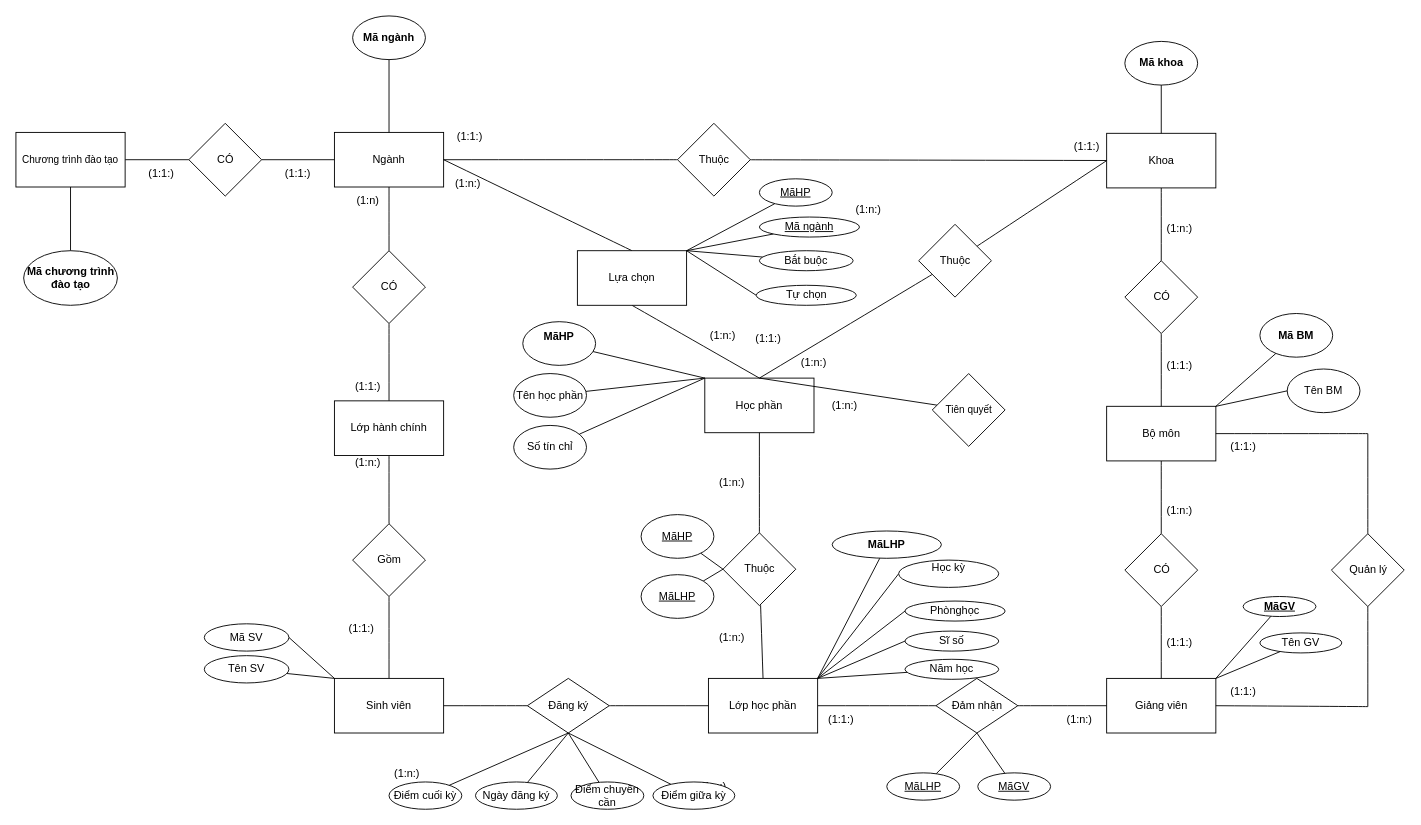
Earlier version of the draw.io diagram Diagram.drawio (daphne02/ASPNET-Ecommerce-WebApp). Source tidied: cells renumbered, new cells numbered last; positions are measured from the earlier drawing's top-left corner, leaving out a move shared by most shapes. Both pictures are drawn from the tidied source at 91%, with x=0, y=0 at pixel (15, 15).
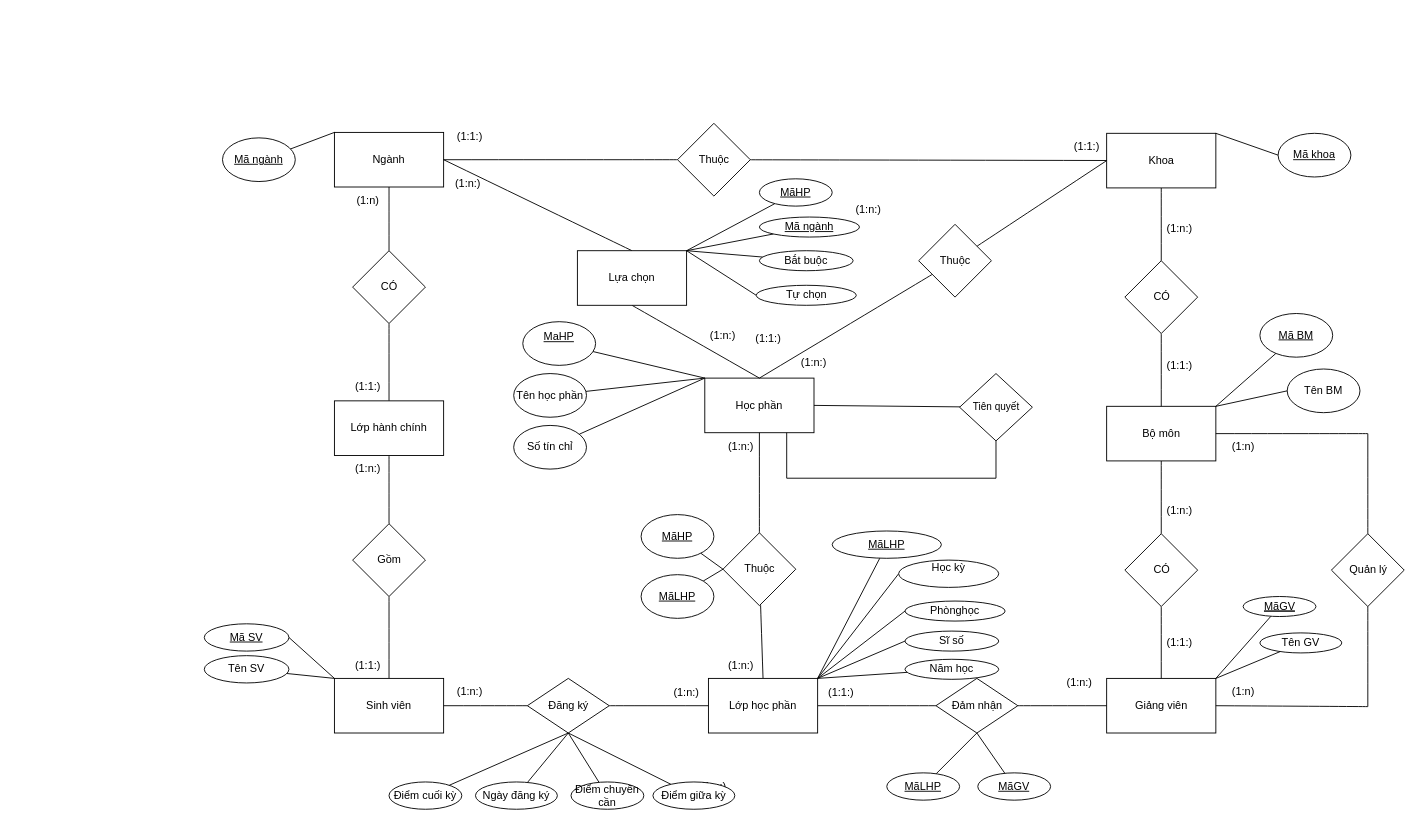
The same page after the edit.

The change refers to these unchanged cells:
```xml
<mxCell id="5" value="Khoa" style="whiteSpace=wrap;html=1;" parent="1" vertex="1">
  <mxGeometry x="1198.6" y="129" width="120" height="60" as="geometry" />
</mxCell>
<mxCell id="15" value="Ngành" style="whiteSpace=wrap;html=1;fontFamily=Helvetica;fontSize=12;fontColor=default;labelBackgroundColor=default;" parent="1" vertex="1">
  <mxGeometry x="350" y="128" width="120" height="60" as="geometry" />
</mxCell>
<mxCell id="19" value="Học phần" style="whiteSpace=wrap;html=1;fontFamily=Helvetica;fontSize=12;fontColor=default;labelBackgroundColor=default;" parent="1" vertex="1">
  <mxGeometry x="757" y="398" width="120" height="60" as="geometry" />
</mxCell>
```

Change to the diagram source:
```diff
@@
-    <mxCell id="47" value="(1:1:)" style="text;html=1;whiteSpace=wrap;strokeColor=none;fillColor=none;align=center;verticalAlign=middle;rounded=0;" parent="1" vertex="1">
+    <mxCell id="47" value="(1:n)" style="text;html=1;whiteSpace=wrap;strokeColor=none;fillColor=none;align=center;verticalAlign=middle;rounded=0;" parent="1" vertex="1">
       <mxGeometry x="1318.6" y="459" width="60" height="30" as="geometry" />
     </mxCell>
-    <mxCell id="48" value="(1:1:)" style="text;html=1;whiteSpace=wrap;strokeColor=none;fillColor=none;align=center;verticalAlign=middle;rounded=0;" parent="1" vertex="1">
+    <mxCell id="48" value="(1:n)" style="text;html=1;whiteSpace=wrap;strokeColor=none;fillColor=none;align=center;verticalAlign=middle;rounded=0;" parent="1" vertex="1">
       <mxGeometry x="1318.6" y="728" width="60" height="30" as="geometry" />
     </mxCell>
@@
     <mxCell id="50" value="(1:n:)" style="text;html=1;whiteSpace=wrap;strokeColor=none;fillColor=none;align=center;verticalAlign=middle;rounded=0;" parent="1" vertex="1">
-      <mxGeometry x="357" y="476" width="60" height="30" as="geometry" />
+      <mxGeometry x="357" y="483" width="60" height="30" as="geometry" />
     </mxCell>
@@
     <mxCell id="52" value="(1:1:)" style="text;html=1;whiteSpace=wrap;strokeColor=none;fillColor=none;align=center;verticalAlign=middle;rounded=0;" parent="1" vertex="1">
-      <mxGeometry x="350" y="658" width="60" height="30" as="geometry" />
+      <mxGeometry x="357" y="699" width="60" height="30" as="geometry" />
     </mxCell>
@@
-    <mxCell id="54" value="&lt;b&gt;MãHP&lt;/b&gt;&lt;div&gt;&lt;br&gt;&lt;/div&gt;" style="ellipse;whiteSpace=wrap;html=1;shapeInside=1;" parent="1" vertex="1">
+    <mxCell id="54" value="&lt;u style=&quot;&quot;&gt;MaHP&lt;/u&gt;&lt;div&gt;&lt;br&gt;&lt;/div&gt;" style="ellipse;whiteSpace=wrap;html=1;shapeInside=1;" parent="1" vertex="1">
       <mxGeometry x="557" y="336" width="80" height="48" as="geometry" />
     </mxCell>
@@
-    <mxCell id="65" style="edgeStyle=none;shape=connector;rounded=0;jettySize=auto;html=1;strokeColor=default;align=center;verticalAlign=middle;fontFamily=Helvetica;fontSize=11;fontColor=default;labelBackgroundColor=default;endArrow=none;" parent="1" edge="1" source="66" target="68">
-      <mxGeometry relative="1" as="geometry" />
-    </mxCell>
-    <mxCell id="66" value="Chương trình đào tạo" style="rounded=0;whiteSpace=wrap;html=1;fontFamily=Helvetica;fontSize=11;fontColor=default;labelBackgroundColor=default;" parent="1" vertex="1">
-      <mxGeometry y="128" width="120" height="60" as="geometry" />
-    </mxCell>
-    <mxCell id="67" style="edgeStyle=none;shape=connector;rounded=0;jettySize=auto;html=1;strokeColor=default;align=center;verticalAlign=middle;fontFamily=Helvetica;fontSize=11;fontColor=default;labelBackgroundColor=default;endArrow=none;" parent="1" edge="1" source="68" target="15">
-      <mxGeometry relative="1" as="geometry" />
-    </mxCell>
-    <mxCell id="68" value="CÓ" style="rhombus;html=1;shapeInside=1;fontFamily=Helvetica;fontSize=12;fontColor=default;labelBackgroundColor=default;" parent="1" vertex="1">
-      <mxGeometry x="190" y="118" width="80" height="80" as="geometry" />
-    </mxCell>
-    <mxCell id="69" value="(1:1:)" style="text;html=1;whiteSpace=wrap;strokeColor=none;fillColor=none;align=center;verticalAlign=middle;rounded=0;" parent="1" vertex="1">
-      <mxGeometry x="130" y="158" width="60" height="30" as="geometry" />
-    </mxCell>
-    <mxCell id="70" value="(1:1:)" style="text;html=1;whiteSpace=wrap;strokeColor=none;fillColor=none;align=center;verticalAlign=middle;rounded=0;" parent="1" vertex="1">
-      <mxGeometry x="280" y="158" width="60" height="30" as="geometry" />
-    </mxCell>
     <mxCell id="71" value="(1:n:)" style="text;html=1;whiteSpace=wrap;strokeColor=none;fillColor=none;align=center;verticalAlign=middle;rounded=0;" parent="1" vertex="1">
-      <mxGeometry x="400" y="818" width="60" height="30" as="geometry" />
+      <mxGeometry x="469" y="728" width="60" height="30" as="geometry" />
     </mxCell>
@@
-    <mxCell id="73" style="edgeStyle=none;shape=connector;rounded=0;jettySize=auto;html=1;entryX=0.5;entryY=0;entryDx=0;entryDy=0;strokeColor=default;align=center;verticalAlign=middle;fontFamily=Helvetica;fontSize=11;fontColor=default;labelBackgroundColor=default;endArrow=none;" parent="1" edge="1" source="74" target="19">
+    <mxCell id="73" style="edgeStyle=none;shape=connector;rounded=0;jettySize=auto;html=1;entryX=1;entryY=0.5;entryDx=0;entryDy=0;strokeColor=default;align=center;verticalAlign=middle;fontFamily=Helvetica;fontSize=11;fontColor=default;labelBackgroundColor=default;endArrow=none;" parent="1" edge="1" source="74" target="19">
       <mxGeometry relative="1" as="geometry" />
     </mxCell>
     <mxCell id="74" value="Tiên quyết" style="rhombus;html=1;shapeInside=1;fontFamily=Helvetica;fontSize=11;fontColor=default;labelBackgroundColor=default;" parent="1" vertex="1">
-      <mxGeometry x="1007" y="393" width="80" height="80" as="geometry" />
+      <mxGeometry x="1037" y="393" width="80" height="74" as="geometry" />
     </mxCell>
@@
-    <mxCell id="76" value="(1:n:)" style="text;html=1;whiteSpace=wrap;strokeColor=none;fillColor=none;align=center;verticalAlign=middle;rounded=0;" parent="1" vertex="1">
-      <mxGeometry x="881" y="413" width="60" height="30" as="geometry" />
-    </mxCell>
     <mxCell id="77" value="(1:n:)" style="text;html=1;whiteSpace=wrap;strokeColor=none;fillColor=none;align=center;verticalAlign=middle;rounded=0;" parent="1" vertex="1">
-      <mxGeometry x="757" y="498" width="60" height="30" as="geometry" />
+      <mxGeometry x="767" y="459" width="60" height="30" as="geometry" />
     </mxCell>
     <mxCell id="78" value="(1:n:)" style="text;html=1;whiteSpace=wrap;strokeColor=none;fillColor=none;align=center;verticalAlign=middle;rounded=0;" parent="1" vertex="1">
-      <mxGeometry x="757" y="668" width="60" height="30" as="geometry" />
+      <mxGeometry x="767" y="699" width="60" height="30" as="geometry" />
     </mxCell>
     <mxCell id="79" value="(1:n:)" style="text;html=1;whiteSpace=wrap;strokeColor=none;fillColor=none;align=center;verticalAlign=middle;rounded=0;" parent="1" vertex="1">
-      <mxGeometry x="1138.6" y="758" width="60" height="30" as="geometry" />
+      <mxGeometry x="1138.6" y="718" width="60" height="30" as="geometry" />
     </mxCell>
     <mxCell id="80" value="(1:1:)" style="text;html=1;whiteSpace=wrap;strokeColor=none;fillColor=none;align=center;verticalAlign=middle;rounded=0;" parent="1" vertex="1">
-      <mxGeometry x="877" y="758" width="60" height="30" as="geometry" />
+      <mxGeometry x="877" y="729" width="60" height="30" as="geometry" />
     </mxCell>
@@
-    <mxCell id="82" value="MãLHP" style="ellipse;whiteSpace=wrap;html=1;shapeInside=1;fontStyle=1;" parent="1" vertex="1">
+    <mxCell id="82" value="&lt;span style=&quot;font-weight: normal;&quot;&gt;&lt;u&gt;MãLHP&lt;/u&gt;&lt;/span&gt;" style="ellipse;whiteSpace=wrap;html=1;shapeInside=1;fontStyle=1;" parent="1" vertex="1">
       <mxGeometry x="897" y="566" width="120" height="30" as="geometry" />
     </mxCell>
@@
-    <mxCell id="98" value="MãGV" style="ellipse;whiteSpace=wrap;html=1;shapeInside=1;fontStyle=5;" parent="1" vertex="1">
+    <mxCell id="98" value="&lt;span style=&quot;font-weight: normal;&quot;&gt;&lt;u&gt;MãGV&lt;/u&gt;&lt;/span&gt;" style="ellipse;whiteSpace=wrap;html=1;shapeInside=1;fontStyle=5;" parent="1" vertex="1">
       <mxGeometry x="1348.6" y="638" width="80" height="22" as="geometry" />
     </mxCell>
@@
-    <mxCell id="106" value="Mã SV" style="ellipse;whiteSpace=wrap;html=1;shapeInside=1;fontStyle=0;" parent="1" vertex="1">
+    <mxCell id="106" value="&lt;u&gt;Mã SV&lt;/u&gt;" style="ellipse;whiteSpace=wrap;html=1;shapeInside=1;fontStyle=0;" parent="1" vertex="1">
       <mxGeometry x="207" y="668" width="93" height="30" as="geometry" />
     </mxCell>
@@
-    <mxCell id="111" style="edgeStyle=none;shape=connector;rounded=0;jettySize=auto;html=1;entryX=0.5;entryY=0;entryDx=0;entryDy=0;strokeColor=default;align=center;verticalAlign=middle;fontFamily=Helvetica;fontSize=11;fontColor=default;labelBackgroundColor=default;endArrow=none;exitX=0.5;exitY=1;exitDx=0;exitDy=0;" parent="1" edge="1" source="112" target="15">
-      <mxGeometry relative="1" as="geometry" />
+    <mxCell id="111" style="edgeStyle=none;shape=connector;rounded=0;jettySize=auto;html=1;entryX=0;entryY=0;entryDx=0;entryDy=0;strokeColor=default;align=center;verticalAlign=middle;fontFamily=Helvetica;fontSize=11;fontColor=default;labelBackgroundColor=default;endArrow=none;exitX=0.5;exitY=1;exitDx=0;exitDy=0;" parent="1" edge="1" source="112" target="15">
+      <mxGeometry relative="1" as="geometry">
+        <Array as="points">
+          <mxPoint x="297" y="148" />
+        </Array>
+      </mxGeometry>
     </mxCell>
-    <mxCell id="112" value="Mã ngành" style="ellipse;whiteSpace=wrap;html=1;shapeInside=1;fontStyle=1;" parent="1" vertex="1">
-      <mxGeometry x="370" width="80" height="48" as="geometry" />
+    <mxCell id="112" value="&lt;span style=&quot;font-weight: normal;&quot;&gt;&lt;u&gt;Mã ngành&lt;/u&gt;&lt;/span&gt;" style="ellipse;whiteSpace=wrap;html=1;shapeInside=1;fontStyle=1;" parent="1" vertex="1">
+      <mxGeometry x="227" y="134" width="80" height="48" as="geometry" />
     </mxCell>
@@
-    <mxCell id="117" style="edgeStyle=none;shape=connector;rounded=0;jettySize=auto;html=1;entryX=0.5;entryY=1;entryDx=0;entryDy=0;strokeColor=default;align=center;verticalAlign=middle;fontFamily=Helvetica;fontSize=11;fontColor=default;labelBackgroundColor=default;endArrow=none;" parent="1" edge="1" source="118" target="66">
-      <mxGeometry relative="1" as="geometry" />
-    </mxCell>
-    <mxCell id="118" value="Mã chương trình đào tạo" style="ellipse;whiteSpace=wrap;html=1;shapeInside=1;fontStyle=1;" parent="1" vertex="1">
-      <mxGeometry x="8.5" y="258" width="103" height="60" as="geometry" />
-    </mxCell>
-    <mxCell id="119" style="edgeStyle=none;shape=connector;rounded=0;jettySize=auto;html=1;entryX=0.5;entryY=0;entryDx=0;entryDy=0;strokeColor=default;align=center;verticalAlign=middle;fontFamily=Helvetica;fontSize=11;fontColor=default;labelBackgroundColor=default;endArrow=none;exitX=0.5;exitY=1;exitDx=0;exitDy=0;" parent="1" edge="1" source="120" target="5">
+    <mxCell id="119" style="edgeStyle=none;shape=connector;rounded=0;jettySize=auto;html=1;entryX=1;entryY=0;entryDx=0;entryDy=0;strokeColor=default;align=center;verticalAlign=middle;fontFamily=Helvetica;fontSize=11;fontColor=default;labelBackgroundColor=default;endArrow=none;exitX=0;exitY=0.5;exitDx=0;exitDy=0;" parent="1" edge="1" source="120" target="5">
       <mxGeometry relative="1" as="geometry" />
     </mxCell>
-    <mxCell id="120" value="Mã khoa" style="ellipse;whiteSpace=wrap;html=1;shapeInside=1;fontStyle=1;" parent="1" vertex="1">
-      <mxGeometry x="1218.6" y="28" width="80" height="48" as="geometry" />
+    <mxCell id="120" value="&lt;span style=&quot;font-weight: normal;&quot;&gt;&lt;u&gt;Mã khoa&lt;/u&gt;&lt;/span&gt;" style="ellipse;whiteSpace=wrap;html=1;shapeInside=1;fontStyle=1;" parent="1" vertex="1">
+      <mxGeometry x="1387" y="129" width="80" height="48" as="geometry" />
     </mxCell>
@@
-    <mxCell id="122" value="Mã BM" style="ellipse;whiteSpace=wrap;html=1;shapeInside=1;fontStyle=1;" parent="1" vertex="1">
+    <mxCell id="122" value="&lt;span style=&quot;font-weight: normal;&quot;&gt;&lt;u&gt;Mã BM&lt;/u&gt;&lt;/span&gt;" style="ellipse;whiteSpace=wrap;html=1;shapeInside=1;fontStyle=1;" parent="1" vertex="1">
       <mxGeometry x="1367" y="327" width="80" height="48" as="geometry" />
     </mxCell>
@@
+    <mxCell id="135" style="edgeStyle=none;shape=connector;rounded=0;jettySize=auto;html=1;entryX=0.5;entryY=1;entryDx=0;entryDy=0;strokeColor=default;align=center;verticalAlign=middle;fontFamily=Helvetica;fontSize=11;fontColor=default;labelBackgroundColor=default;endArrow=none;" parent="1" edge="1" target="74">
+      <mxGeometry relative="1" as="geometry">
+        <mxPoint x="1077" y="508" as="sourcePoint" />
+      </mxGeometry>
+    </mxCell>
+    <mxCell id="136" style="edgeStyle=none;shape=connector;rounded=0;orthogonalLoop=1;jettySize=auto;html=1;strokeColor=default;align=center;verticalAlign=middle;fontFamily=Helvetica;fontSize=11;fontColor=default;labelBackgroundColor=default;endArrow=none;" parent="1" edge="1">
+      <mxGeometry relative="1" as="geometry">
+        <mxPoint x="1077" y="508" as="sourcePoint" />
+        <mxPoint x="847" y="508" as="targetPoint" />
+      </mxGeometry>
+    </mxCell>
+    <mxCell id="137" style="edgeStyle=none;shape=connector;rounded=0;jettySize=auto;html=1;strokeColor=default;align=center;verticalAlign=middle;fontFamily=Helvetica;fontSize=11;fontColor=default;labelBackgroundColor=default;endArrow=none;entryX=0.75;entryY=1;entryDx=0;entryDy=0;" parent="1" edge="1" target="19">
+      <mxGeometry relative="1" as="geometry">
+        <mxPoint x="847" y="508" as="sourcePoint" />
+      </mxGeometry>
+    </mxCell>
+    <mxCell id="76" value="(1:n:)" style="text;html=1;whiteSpace=wrap;strokeColor=none;fillColor=none;align=center;verticalAlign=middle;rounded=0;" parent="1" vertex="1">
+      <mxGeometry x="707" y="729" width="60" height="30" as="geometry" />
+    </mxCell>
```
